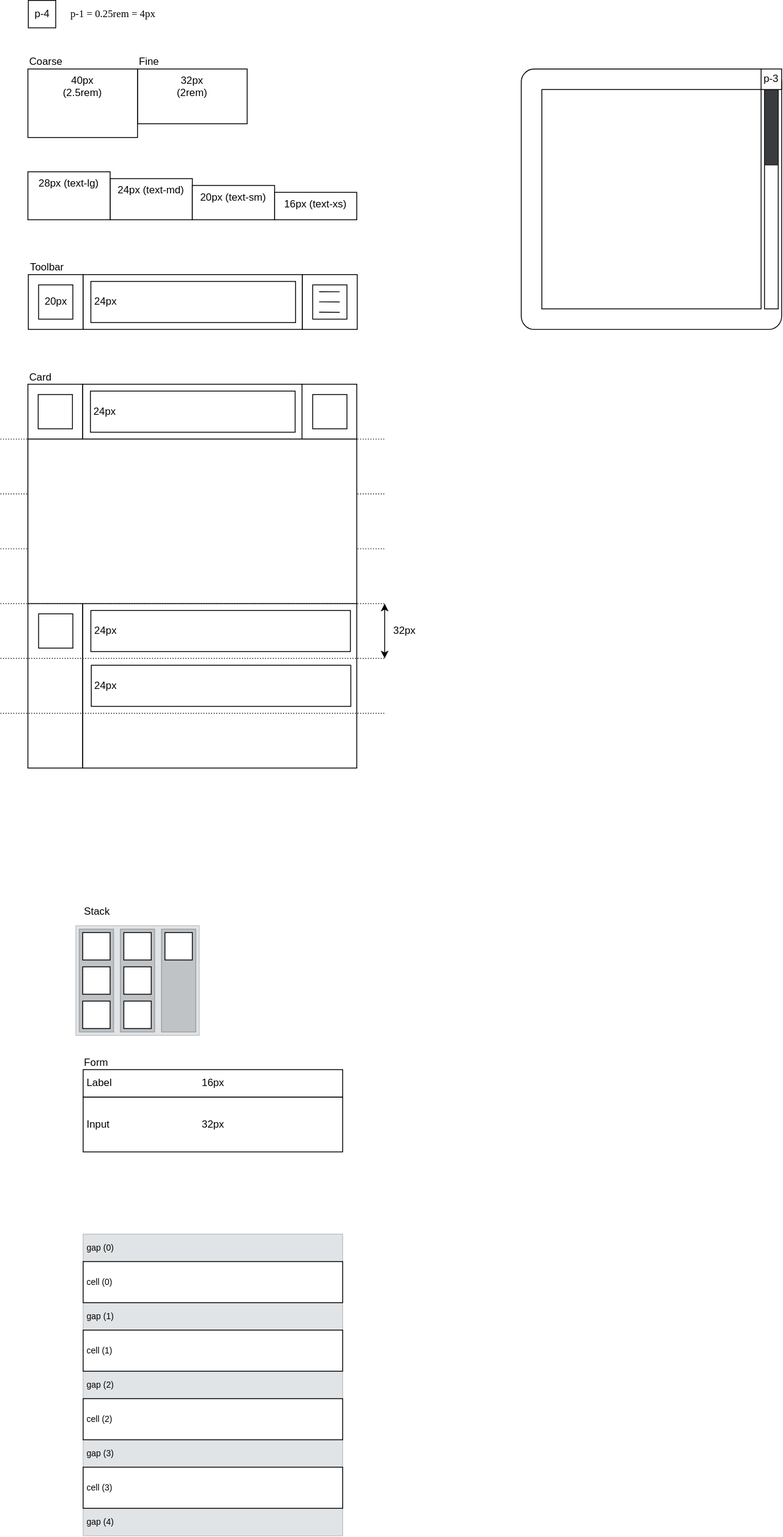
Above: packages/ui/ui-theme/docs/theme.drawio.svg in dxos/dxos (draw.io), before the change. Source tidied: cells renumbered, new cells last; positions are measured from the earlier drawing's top-left corner, leaving out a move shared by most shapes.
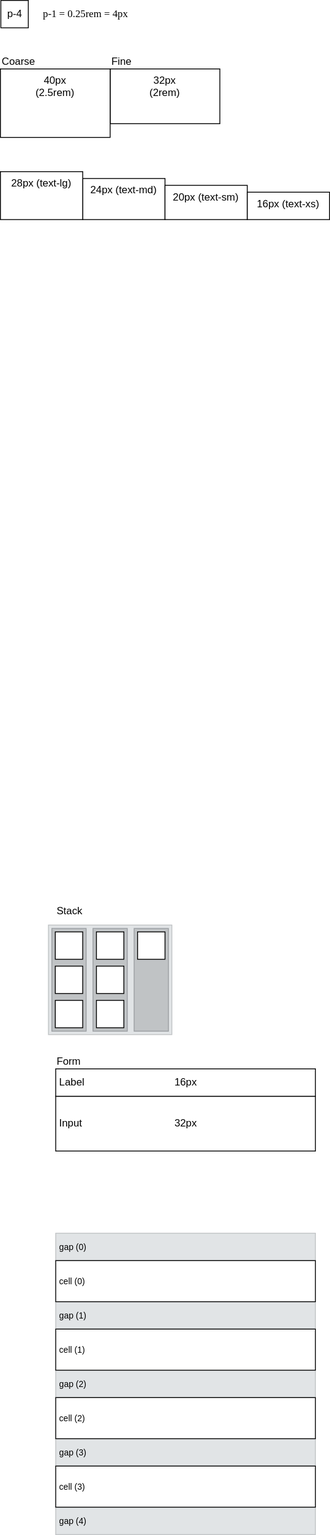
The same diagram one commit later.

The edit, as a diff of the source:
```diff
@@ -20,96 +20,12 @@
     <mxCell id="7" value="40px&lt;br&gt;(2.5rem)" style="rounded=0;whiteSpace=wrap;html=1;verticalAlign=top;" parent="1" vertex="1">
       <mxGeometry x="32" y="80" width="128" height="80" as="geometry" />
     </mxCell>
-    <mxCell id="8" style="rounded=0;whiteSpace=wrap;html=1;" parent="1" vertex="1">
-      <mxGeometry x="32" y="448" width="64" height="64" as="geometry" />
-    </mxCell>
-    <mxCell id="9" style="rounded=0;whiteSpace=wrap;html=1;" parent="1" vertex="1">
-      <mxGeometry x="96" y="448" width="256" height="64" as="geometry" />
-    </mxCell>
-    <mxCell id="10" style="rounded=0;whiteSpace=wrap;html=1;" parent="1" vertex="1">
-      <mxGeometry x="352" y="448" width="64" height="64" as="geometry" />
-    </mxCell>
-    <mxCell id="11" style="rounded=0;whiteSpace=wrap;html=1;" parent="1" vertex="1">
-      <mxGeometry x="364.5" y="460" width="40" height="40" as="geometry" />
-    </mxCell>
     <mxCell id="12" value="Coarse" style="rounded=0;whiteSpace=wrap;html=1;fillColor=none;strokeColor=none;align=left;" parent="1" vertex="1">
       <mxGeometry x="32" y="64" width="120" height="16" as="geometry" />
     </mxCell>
-    <mxCell id="13" value="Card" style="rounded=0;whiteSpace=wrap;html=1;fillColor=none;strokeColor=none;align=left;" parent="1" vertex="1">
-      <mxGeometry x="32" y="432" width="120" height="16" as="geometry" />
-    </mxCell>
     <mxCell id="14" value="Fine" style="rounded=0;whiteSpace=wrap;html=1;fillColor=none;strokeColor=none;align=left;" parent="1" vertex="1">
       <mxGeometry x="160" y="64" width="120" height="16" as="geometry" />
     </mxCell>
-    <mxCell id="15" style="rounded=0;whiteSpace=wrap;html=1;fillColor=none;" parent="1" vertex="1">
-      <mxGeometry x="96" y="512" width="320" height="384" as="geometry" />
-    </mxCell>
-    <mxCell id="16" style="rounded=0;whiteSpace=wrap;html=1;" parent="1" vertex="1">
-      <mxGeometry x="44.5" y="716" width="40" height="40" as="geometry" />
-    </mxCell>
-    <mxCell id="17" value="24px" style="rounded=0;whiteSpace=wrap;html=1;align=left;spacingLeft=2;" parent="1" vertex="1">
-      <mxGeometry x="105.5" y="712" width="303" height="48" as="geometry" />
-    </mxCell>
-    <mxCell id="18" style="endArrow=none;dashed=1;html=1;strokeWidth=1;dashPattern=1 2;" parent="1" edge="1">
-      <mxGeometry relative="1" as="geometry">
-        <mxPoint x="448" y="576" as="sourcePoint" />
-        <mxPoint y="576" as="targetPoint" />
-      </mxGeometry>
-    </mxCell>
-    <mxCell id="19" value="24px" style="rounded=0;whiteSpace=wrap;html=1;align=left;spacingLeft=2;" parent="1" vertex="1">
-      <mxGeometry x="105" y="456" width="239" height="48" as="geometry" />
-    </mxCell>
-    <mxCell id="20" style="rounded=0;whiteSpace=wrap;html=1;" parent="1" vertex="1">
-      <mxGeometry x="44" y="460" width="40" height="40" as="geometry" />
-    </mxCell>
-    <mxCell id="21" style="rounded=0;whiteSpace=wrap;html=1;" parent="1" vertex="1">
-      <mxGeometry x="32.5" y="320" width="64" height="64" as="geometry" />
-    </mxCell>
-    <mxCell id="22" style="rounded=0;whiteSpace=wrap;html=1;" parent="1" vertex="1">
-      <mxGeometry x="96.5" y="320" width="256" height="64" as="geometry" />
-    </mxCell>
-    <mxCell id="23" style="rounded=0;whiteSpace=wrap;html=1;" parent="1" vertex="1">
-      <mxGeometry x="352.5" y="320" width="64" height="64" as="geometry" />
-    </mxCell>
-    <mxCell id="24" style="rounded=0;whiteSpace=wrap;html=1;" parent="1" vertex="1">
-      <mxGeometry x="364.5" y="332" width="40" height="40" as="geometry" />
-    </mxCell>
-    <mxCell id="25" value="Toolbar" style="rounded=0;whiteSpace=wrap;html=1;fillColor=none;strokeColor=none;align=left;" parent="1" vertex="1">
-      <mxGeometry x="32.5" y="304" width="120" height="16" as="geometry" />
-    </mxCell>
-    <mxCell id="26" value="24px" style="rounded=0;whiteSpace=wrap;html=1;align=left;spacingLeft=2;" parent="1" vertex="1">
-      <mxGeometry x="105.5" y="328" width="239" height="48" as="geometry" />
-    </mxCell>
-    <mxCell id="27" value="20px" style="rounded=0;whiteSpace=wrap;html=1;" parent="1" vertex="1">
-      <mxGeometry x="44.5" y="332" width="40" height="40" as="geometry" />
-    </mxCell>
-    <mxCell id="28" style="endArrow=none;dashed=1;html=1;strokeWidth=1;dashPattern=1 2;" parent="1" edge="1">
-      <mxGeometry relative="1" as="geometry">
-        <mxPoint x="448" y="512" as="sourcePoint" />
-        <mxPoint y="512" as="targetPoint" />
-      </mxGeometry>
-    </mxCell>
-    <mxCell id="29" style="rounded=0;whiteSpace=wrap;html=1;fillColor=none;" parent="1" vertex="1">
-      <mxGeometry x="32" y="512" width="64" height="384" as="geometry" />
-    </mxCell>
-    <mxCell id="30" style="endArrow=classic;startArrow=classic;html=1;strokeWidth=1;" parent="1" edge="1">
-      <mxGeometry relative="1" as="geometry">
-        <mxPoint x="448.5" y="768" as="sourcePoint" />
-        <mxPoint x="448.5" y="704" as="targetPoint" />
-      </mxGeometry>
-    </mxCell>
-    <mxCell id="31" value="32px" style="rounded=0;whiteSpace=wrap;html=1;fillColor=none;strokeColor=none;align=left;" parent="1" vertex="1">
-      <mxGeometry x="456.5" y="728" width="56" height="16" as="geometry" />
-    </mxCell>
-    <mxCell id="32" value="24px" style="rounded=0;whiteSpace=wrap;html=1;align=left;spacingLeft=2;" parent="1" vertex="1">
-      <mxGeometry x="106" y="776" width="303" height="48" as="geometry" />
-    </mxCell>
-    <mxCell id="33" style="endArrow=none;dashed=1;html=1;strokeWidth=1;dashPattern=1 2;" parent="1" edge="1">
-      <mxGeometry relative="1" as="geometry">
-        <mxPoint x="448" y="640" as="sourcePoint" />
-        <mxPoint y="640" as="targetPoint" />
-      </mxGeometry>
-    </mxCell>
     <mxCell id="34" value="32px" style="rounded=0;whiteSpace=wrap;html=1;" parent="1" vertex="1">
       <mxGeometry x="96.5" y="1280" width="303" height="64" as="geometry" />
     </mxCell>
@@ -125,24 +41,12 @@
     <mxCell id="38" value="Input" style="rounded=0;whiteSpace=wrap;html=1;fillColor=none;strokeColor=none;align=left;spacingLeft=2;" parent="1" vertex="1">
       <mxGeometry x="96.5" y="1304" width="120" height="16" as="geometry" />
     </mxCell>
-    <mxCell id="39" style="rounded=1;whiteSpace=wrap;html=1;fillColor=none;arcSize=5;" parent="1" vertex="1">
-      <mxGeometry x="608" y="80" width="304" height="304" as="geometry" />
-    </mxCell>
-    <mxCell id="40" style="rounded=0;whiteSpace=wrap;html=1;fillColor=none;" parent="1" vertex="1">
-      <mxGeometry x="632" y="104" width="256" height="256" as="geometry" />
-    </mxCell>
     <mxCell id="41" value="p-1 = 0.25rem = 4px" style="rounded=0;whiteSpace=wrap;html=1;fillColor=none;strokeColor=none;align=left;fontFamily=Space Grotesk;" parent="1" vertex="1">
       <mxGeometry x="80" y="8" width="128" height="16" as="geometry" />
     </mxCell>
     <mxCell id="42" value="p-4" style="rounded=0;whiteSpace=wrap;html=1;fontSize=12;" parent="1" vertex="1">
       <mxGeometry x="32.5" width="32" height="32" as="geometry" />
     </mxCell>
-    <mxCell id="43" style="rounded=0;whiteSpace=wrap;html=1;" parent="1" vertex="1">
-      <mxGeometry x="892" y="104" width="16" height="256" as="geometry" />
-    </mxCell>
-    <mxCell id="44" style="rounded=0;whiteSpace=wrap;html=1;fillColor=#393C3E;fontColor=#FFFFFF;strokeColor=#1E1F20;" parent="1" vertex="1">
-      <mxGeometry x="892" y="104" width="16" height="88" as="geometry" />
-    </mxCell>
     <mxCell id="45" value="24px (text-md)" style="rounded=0;whiteSpace=wrap;html=1;verticalAlign=top;" parent="1" vertex="1">
       <mxGeometry x="128" y="208" width="96" height="48" as="geometry" />
     </mxCell>
@@ -155,9 +59,6 @@
     <mxCell id="48" value="16px (text-xs)" style="rounded=0;whiteSpace=wrap;html=1;verticalAlign=top;" parent="1" vertex="1">
       <mxGeometry x="320" y="224" width="96" height="32" as="geometry" />
     </mxCell>
-    <mxCell id="49" value="p-3" style="rounded=0;whiteSpace=wrap;html=1;" parent="1" vertex="1">
-      <mxGeometry x="888" y="80" width="24" height="24" as="geometry" />
-    </mxCell>
     <mxCell id="50" style="rounded=0;whiteSpace=wrap;html=1;" parent="1" vertex="1">
       <mxGeometry x="96" y="1088" width="32" height="32" as="geometry" />
     </mxCell>
@@ -182,48 +83,6 @@
     <mxCell id="57" value="Stack" style="rounded=0;whiteSpace=wrap;html=1;fillColor=none;strokeColor=none;align=left;" parent="1" vertex="1">
       <mxGeometry x="96" y="1056" width="120" height="16" as="geometry" />
     </mxCell>
-    <mxCell id="58" style="endArrow=none;dashed=1;html=1;strokeWidth=1;dashPattern=1 2;" parent="1" edge="1">
-      <mxGeometry relative="1" as="geometry">
-        <mxPoint x="448" y="704" as="sourcePoint" />
-        <mxPoint y="704" as="targetPoint" />
-      </mxGeometry>
-    </mxCell>
-    <mxCell id="59" style="endArrow=none;dashed=1;html=1;strokeWidth=1;dashPattern=1 2;" parent="1" edge="1">
-      <mxGeometry relative="1" as="geometry">
-        <mxPoint x="448" y="768" as="sourcePoint" />
-        <mxPoint y="768" as="targetPoint" />
-      </mxGeometry>
-    </mxCell>
-    <mxCell id="60" style="endArrow=none;dashed=1;html=1;strokeWidth=1;dashPattern=1 2;" parent="1" edge="1">
-      <mxGeometry relative="1" as="geometry">
-        <mxPoint x="448" y="832" as="sourcePoint" />
-        <mxPoint y="832" as="targetPoint" />
-      </mxGeometry>
-    </mxCell>
-    <mxCell id="61" style="rounded=0;whiteSpace=wrap;html=1;" parent="1" vertex="1">
-      <mxGeometry x="32" y="512" width="384" height="192" as="geometry" />
-    </mxCell>
-    <mxCell id="62" style="group;" parent="1" vertex="1">
-      <mxGeometry x="372" y="339.9" width="24" height="24.1" as="geometry" />
-    </mxCell>
-    <mxCell id="63" style="endArrow=none;html=1;fontSize=12;" parent="62" edge="1">
-      <mxGeometry relative="1" as="geometry">
-        <mxPoint y="11.9" as="sourcePoint" />
-        <mxPoint x="24" y="12" as="targetPoint" />
-      </mxGeometry>
-    </mxCell>
-    <mxCell id="64" style="endArrow=none;html=1;fontSize=12;" parent="62" edge="1">
-      <mxGeometry relative="1" as="geometry">
-        <mxPoint as="sourcePoint" />
-        <mxPoint x="24" y="0.1" as="targetPoint" />
-      </mxGeometry>
-    </mxCell>
-    <mxCell id="65" style="endArrow=none;html=1;fontSize=12;" parent="62" edge="1">
-      <mxGeometry relative="1" as="geometry">
-        <mxPoint y="24" as="sourcePoint" />
-        <mxPoint x="24" y="24.1" as="targetPoint" />
-      </mxGeometry>
-    </mxCell>
     <mxCell id="66" value="gap (3)" style="rounded=0;whiteSpace=wrap;html=1;align=left;spacingLeft=2;fontSize=10;fillColor=#E1E4E6;fontColor=#000000;strokeColor=#C0C3C5;" parent="1" vertex="1">
       <mxGeometry x="96.5" y="1680" width="303" height="32" as="geometry" />
     </mxCell>
```
